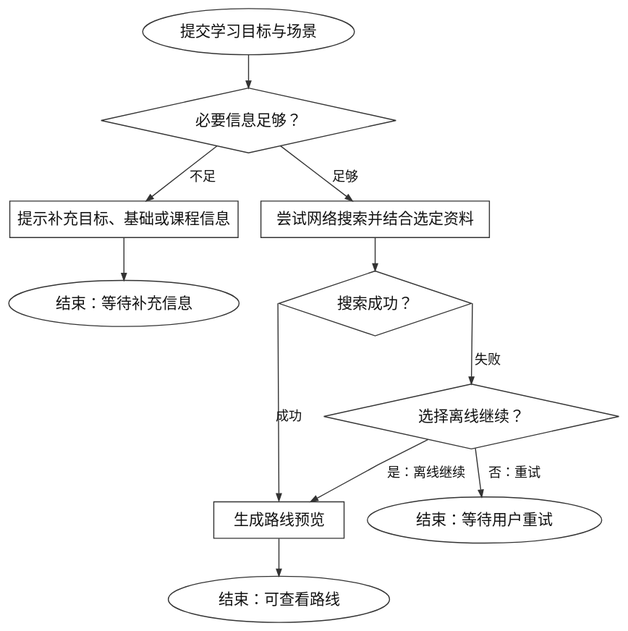
Earlier version of the PlantUML export diagrams/learning-plan-flow.svg (tranhaianh20571-droid/computer-learning-assistant). Its source is kept beside it as diagrams/learning-plan-flow.puml. Source of this version:
```plantuml
@startdot
digraph G {
  graph [rankdir=TB, bgcolor="transparent", pad=0.12, nodesep=0.32, ranksep=0.45, splines=polyline]
  node [fontname="Microsoft YaHei", fontsize=15, color="#333333", fontcolor="#111111", penwidth=1, style="filled", fillcolor="#FFFFFF", margin="0.16,0.10"]
  edge [fontname="Microsoft YaHei", fontsize=13, color="#333333", fontcolor="#111111", arrowsize=0.7]
  start [label="提交学习目标与场景", shape=ellipse]
  info [label="必要信息足够？", shape=diamond]
  ask [label="提示补充目标、基础或课程信息", shape=box]
  search [label="尝试网络搜索并结合选定资料", shape=box]
  online [label="搜索成功？", shape=diamond]
  route [label="生成路线预览", shape=box]
  choose [label="选择离线继续？", shape=diamond]
  wait [label="结束：等待补充信息", shape=ellipse]
  retry [label="结束：等待用户重试", shape=ellipse]
  end [label="结束：可查看路线", shape=ellipse]
  start -> info
  info -> ask [label="不足"]
  ask -> wait
  info -> search [label="足够"]
  search -> online
  online:w -> route:n [label="成功"]
  online:e -> choose:n [label="失败"]
  choose -> route [label="是：离线继续"]
  choose -> retry [label="否：重试"]
  route -> end
}
@enddot
```
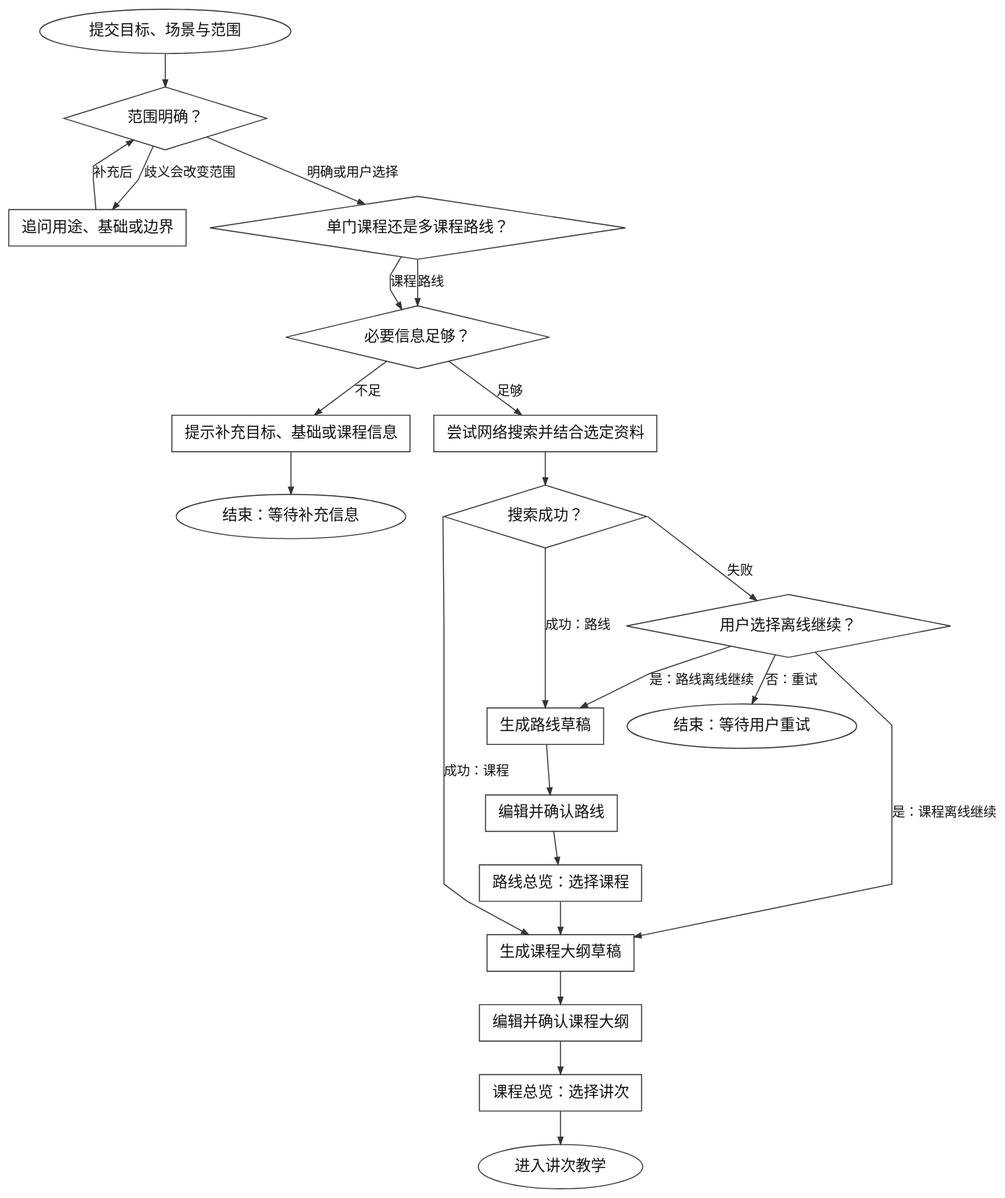
Above is the later version.

What changed in the source:
```diff
@@ -3,25 +3,41 @@
   graph [rankdir=TB, bgcolor="transparent", pad=0.12, nodesep=0.32, ranksep=0.45, splines=polyline]
   node [fontname="Microsoft YaHei", fontsize=15, color="#333333", fontcolor="#111111", penwidth=1, style="filled", fillcolor="#FFFFFF", margin="0.16,0.10"]
   edge [fontname="Microsoft YaHei", fontsize=13, color="#333333", fontcolor="#111111", arrowsize=0.7]
-  start [label="提交学习目标与场景", shape=ellipse]
+  start [label="提交目标、场景与范围", shape=ellipse]
+  scope [label="范围明确？", shape=diamond]
+  clarify [label="追问用途、基础或边界", shape=box]
+  kind [label="单门课程还是多课程路线？", shape=diamond]
   info [label="必要信息足够？", shape=diamond]
   ask [label="提示补充目标、基础或课程信息", shape=box]
   search [label="尝试网络搜索并结合选定资料", shape=box]
   online [label="搜索成功？", shape=diamond]
-  route [label="生成路线预览", shape=box]
-  choose [label="选择离线继续？", shape=diamond]
+  choose [label="用户选择离线继续？", shape=diamond]
+  route [label="生成路线草稿", shape=box]
+  route_edit [label="编辑并确认路线", shape=box]
+  route_overview [label="路线总览：选择课程", shape=box]
+  outline [label="生成课程大纲草稿", shape=box]
+  outline_edit [label="编辑并确认课程大纲", shape=box]
+  course_overview [label="课程总览：选择讲次", shape=box]
   wait [label="结束：等待补充信息", shape=ellipse]
   retry [label="结束：等待用户重试", shape=ellipse]
-  end [label="结束：可查看路线", shape=ellipse]
-  start -> info
+  teach [label="进入讲次教学", shape=ellipse]
+  start -> scope
+  scope -> clarify [label="歧义会改变范围"]
+  clarify -> scope [label="补充后"]
+  scope -> kind [label="明确或用户选择"]
+  kind -> info [label="课程"]
+  kind -> info [label="路线"]
   info -> ask [label="不足"]
   ask -> wait
   info -> search [label="足够"]
   search -> online
-  online:w -> route:n [label="成功"]
-  online:e -> choose:n [label="失败"]
-  choose -> route [label="是：离线继续"]
+  online:w -> outline [label="成功：课程"]
+  online:s -> route [label="成功：路线"]
+  online:e -> choose [label="失败"]
+  choose -> outline [label="是：课程离线继续"]
+  choose -> route [label="是：路线离线继续"]
   choose -> retry [label="否：重试"]
-  route -> end
+  route -> route_edit -> route_overview -> outline
+  outline -> outline_edit -> course_overview -> teach
 }
 @enddot
```
